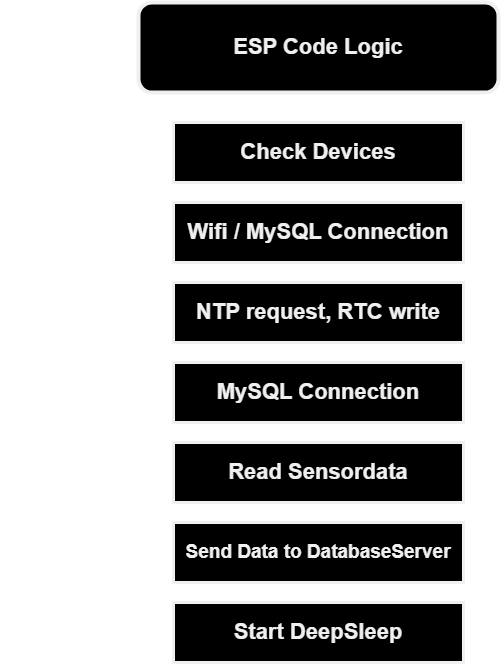
Before: ESP32/img/codeLogic.png, a diagram exported from draw.io (lstranskyTGM/uWeatherNG). Source tidied: cells renumbered, new cells last; positions are measured from the earlier drawing's top-left corner, leaving out a move shared by most shapes.
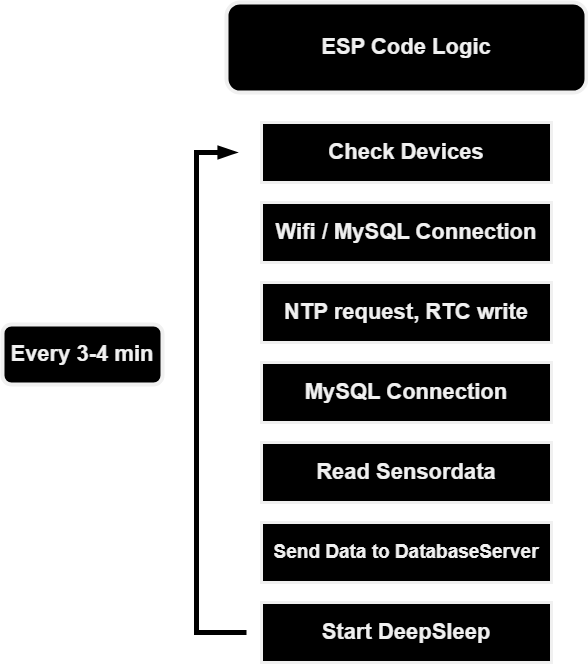
Later version of the same file.

Diff of the diagram source:
```diff
@@ -2,6 +2,16 @@
   <root>
     <mxCell id="0" />
     <mxCell id="1" parent="0" />
+    <mxCell id="12" style="edgeStyle=orthogonalEdgeStyle;rounded=0;orthogonalLoop=1;jettySize=auto;html=1;strokeWidth=10;strokeColor=#FFFFFF;shadow=0;labelBackgroundColor=#FFFFFF;fontSize=16;endArrow=blockThin;endFill=1;" parent="1" edge="1">
+      <mxGeometry relative="1" as="geometry">
+        <mxPoint x="158" y="630" as="sourcePoint" />
+        <mxPoint x="158" y="150" as="targetPoint" />
+        <Array as="points">
+          <mxPoint x="108" y="630" />
+          <mxPoint x="108" y="150" />
+        </Array>
+      </mxGeometry>
+    </mxCell>
     <mxCell id="2" value="&lt;font size=&quot;1&quot; style=&quot;&quot;&gt;&lt;b style=&quot;font-size: 22px;&quot;&gt;ESP Code Logic&lt;/b&gt;&lt;/font&gt;" style="rounded=1;whiteSpace=wrap;html=1;strokeWidth=4;fillColor=#000000;" parent="1" vertex="1">
       <mxGeometry x="138" width="360" height="90" as="geometry" />
     </mxCell>
@@ -20,22 +30,24 @@
     <mxCell id="7" value="&lt;span style=&quot;font-size: 19px;&quot;&gt;&lt;b&gt;Send Data to DatabaseServer&lt;/b&gt;&lt;/span&gt;" style="rounded=0;whiteSpace=wrap;html=1;strokeWidth=3;fillColor=#000000;" parent="1" vertex="1">
       <mxGeometry x="173" y="520" width="290" height="60" as="geometry" />
     </mxCell>
-    <mxCell id="8" style="edgeStyle=orthogonalEdgeStyle;rounded=0;jettySize=auto;html=1;exitX=0;exitY=0.5;exitDx=0;exitDy=0;entryX=0;entryY=0.5;entryDx=0;entryDy=0;strokeWidth=3;strokeColor=#FFFFFF;" parent="1" edge="1" source="9" target="3">
+    <mxCell id="8" style="edgeStyle=orthogonalEdgeStyle;rounded=0;orthogonalLoop=1;jettySize=auto;html=1;strokeWidth=5;strokeColor=#000000;shadow=0;labelBackgroundColor=#FFFFFF;endArrow=blockThin;endFill=1;" parent="1" edge="1">
       <mxGeometry relative="1" as="geometry">
+        <mxPoint x="158" y="630" as="sourcePoint" />
+        <mxPoint x="148" y="150" as="targetPoint" />
         <Array as="points">
-          <mxPoint x="118" y="630" />
-          <mxPoint x="118" y="150" />
+          <mxPoint x="108" y="630" />
+          <mxPoint x="108" y="150" />
         </Array>
       </mxGeometry>
     </mxCell>
     <mxCell id="9" value="&lt;b style=&quot;&quot;&gt;&lt;font style=&quot;font-size: 22px;&quot;&gt;Start DeepSleep&lt;/font&gt;&lt;/b&gt;" style="rounded=0;whiteSpace=wrap;html=1;strokeWidth=3;fillColor=#000000;" parent="1" vertex="1">
       <mxGeometry x="173" y="600" width="290" height="60" as="geometry" />
     </mxCell>
-    <mxCell id="10" value="&lt;font style=&quot;font-size: 22px;&quot;&gt;&lt;b&gt;Every 3-4 Minutes&lt;/b&gt;&lt;/font&gt;" style="text;html=1;strokeColor=none;fillColor=none;align=center;verticalAlign=middle;whiteSpace=wrap;rounded=0;fontColor=#FFFFFF;" parent="1" vertex="1">
-      <mxGeometry y="320" width="100" height="30" as="geometry" />
-    </mxCell>
     <mxCell id="11" value="&lt;span style=&quot;font-size: 22px;&quot;&gt;&lt;b&gt;MySQL Connection&lt;/b&gt;&lt;/span&gt;" style="rounded=0;whiteSpace=wrap;html=1;strokeWidth=3;fillColor=#000000;" parent="1" vertex="1">
       <mxGeometry x="173" y="360" width="290" height="60" as="geometry" />
     </mxCell>
+    <mxCell id="13" value="&lt;font size=&quot;1&quot; style=&quot;&quot;&gt;&lt;b style=&quot;font-size: 22px;&quot;&gt;Every 3-4 min&lt;/b&gt;&lt;/font&gt;" style="rounded=1;whiteSpace=wrap;html=1;strokeWidth=4;fillColor=#000000;" parent="1" vertex="1">
+      <mxGeometry x="-86" y="322" width="160" height="60" as="geometry" />
+    </mxCell>
   </root>
 </mxGraphModel>
```
